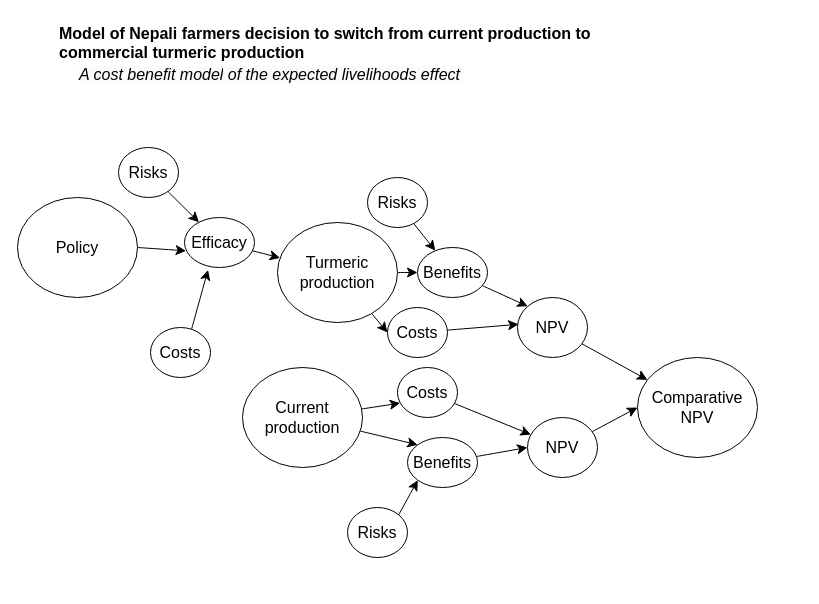
Earlier version of the draw.io diagram Untitled Diagram.drawio (AditiBista/nepal_turmeric). Source tidied: cells renumbered, new cells numbered last; positions are measured from the earlier drawing's top-left corner, leaving out a move shared by most shapes. Both pictures are drawn from the tidied source at 100%, with x=0, y=0 at pixel (17, 17).
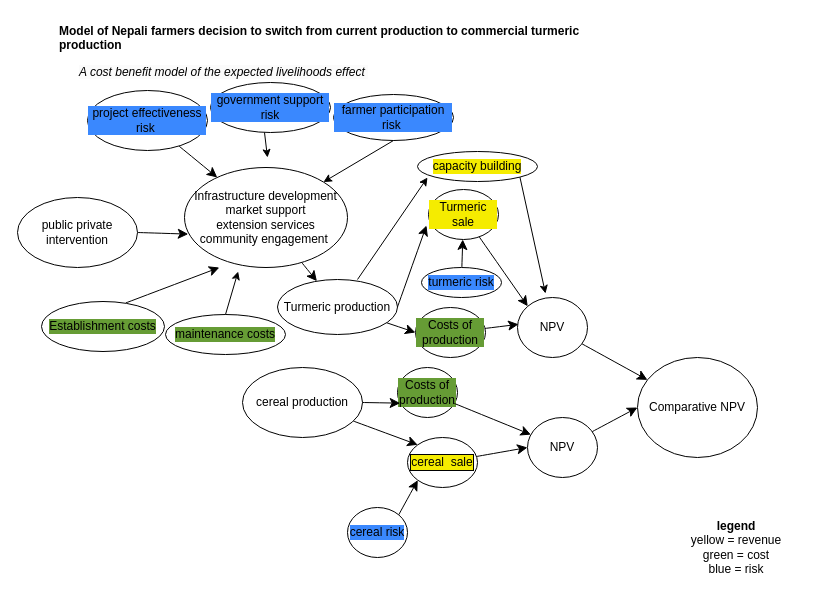
The same diagram, later.

The edit, as a diff of the source:
```diff
@@
-    <mxCell id="2" style="edgeStyle=none;curved=1;rounded=0;jettySize=auto;html=1;entryX=0;entryY=0;entryDx=0;entryDy=0;fontSize=12;startSize=8;endSize=8;" parent="1" edge="1" source="3" target="16">
+    <mxCell id="2" style="edgeStyle=none;curved=1;rounded=0;jettySize=auto;html=1;entryX=0;entryY=0;entryDx=0;entryDy=0;fontSize=12;startSize=8;endSize=8;strokeWidth=1;" parent="1" edge="1" source="3" target="16">
       <mxGeometry relative="1" as="geometry" />
     </mxCell>
-    <mxCell id="3" value="Current production" style="ellipse;whiteSpace=wrap;html=1;fontSize=16;" parent="1" vertex="1">
-      <mxGeometry x="225" y="350" width="120" height="100" as="geometry" />
+    <mxCell id="3" value="cereal production" style="ellipse;whiteSpace=wrap;html=1;fontSize=12;strokeWidth=1;" parent="1" vertex="1">
+      <mxGeometry x="225" y="350" width="120" height="70" as="geometry" />
     </mxCell>
-    <mxCell id="4" value="Model of Nepali farmers decision to switch from current production to commercial turmeric production" style="text;whiteSpace=wrap;fontSize=16;fontStyle=1;" parent="1" vertex="1">
+    <mxCell id="4" value="Model of Nepali farmers decision to switch from current production to commercial turmeric production" style="text;whiteSpace=wrap;fontSize=12;fontStyle=1;strokeWidth=1;" parent="1" vertex="1">
       <mxGeometry x="40" width="560" height="60" as="geometry" />
     </mxCell>
-    <mxCell id="5" value="&lt;span style=&quot;color: rgb(0, 0, 0); font-family: Helvetica; font-size: 16px; font-style: italic; font-variant-ligatures: normal; font-variant-caps: normal; letter-spacing: normal; orphans: 2; text-align: left; text-indent: 0px; text-transform: none; widows: 2; word-spacing: 0px; -webkit-text-stroke-width: 0px; background-color: rgb(251, 251, 251); text-decoration-thickness: initial; text-decoration-style: initial; text-decoration-color: initial; float: none; display: inline !important;&quot;&gt;A cost benefit model&lt;/span&gt;&lt;span style=&quot;color: rgb(0, 0, 0); font-family: Helvetica; font-size: 16px; font-style: italic; font-variant-ligatures: normal; font-variant-caps: normal; letter-spacing: normal; orphans: 2; text-align: left; text-indent: 0px; text-transform: none; widows: 2; word-spacing: 0px; -webkit-text-stroke-width: 0px; background-color: rgb(251, 251, 251); text-decoration-thickness: initial; text-decoration-style: initial; text-decoration-color: initial; float: none; display: inline !important;&quot;&gt;&amp;nbsp;of the expected livelihoods effect&amp;nbsp;&lt;/span&gt;" style="text;whiteSpace=wrap;html=1;fontSize=16;fontStyle=0;" parent="1" vertex="1">
+    <mxCell id="5" value="&lt;span style=&quot;color: rgb(0, 0, 0); font-family: Helvetica; font-size: 12px; font-style: italic; font-variant-ligatures: normal; font-variant-caps: normal; letter-spacing: normal; orphans: 2; text-align: left; text-indent: 0px; text-transform: none; widows: 2; word-spacing: 0px; -webkit-text-stroke-width: 0px; background-color: rgb(251, 251, 251); text-decoration-thickness: initial; float: none; display: inline !important;&quot;&gt;A cost benefit model&lt;/span&gt;&lt;span style=&quot;color: rgb(0, 0, 0); font-family: Helvetica; font-size: 12px; font-style: italic; font-variant-ligatures: normal; font-variant-caps: normal; letter-spacing: normal; orphans: 2; text-align: left; text-indent: 0px; text-transform: none; widows: 2; word-spacing: 0px; -webkit-text-stroke-width: 0px; background-color: rgb(251, 251, 251); text-decoration-thickness: initial; float: none; display: inline !important;&quot;&gt;&amp;nbsp;of the expected livelihoods effect&amp;nbsp;&lt;/span&gt;" style="text;whiteSpace=wrap;html=1;fontSize=12;fontStyle=0;strokeWidth=1;" parent="1" vertex="1">
       <mxGeometry x="60" y="41" width="450" height="40" as="geometry" />
     </mxCell>
-    <mxCell id="6" style="edgeStyle=none;curved=1;rounded=0;jettySize=auto;html=1;exitX=1;exitY=0.5;exitDx=0;exitDy=0;entryX=0;entryY=0.5;entryDx=0;entryDy=0;fontSize=12;startSize=8;endSize=8;" parent="1" edge="1" source="8" target="22">
+    <mxCell id="6" style="edgeStyle=none;curved=1;rounded=0;jettySize=auto;html=1;exitX=1;exitY=0.5;exitDx=0;exitDy=0;entryX=-0.029;entryY=0.72;entryDx=0;entryDy=0;fontSize=12;startSize=8;endSize=8;strokeWidth=1;entryPerimeter=0;" parent="1" edge="1" source="8" target="22">
       <mxGeometry relative="1" as="geometry" />
     </mxCell>
-    <mxCell id="7" style="edgeStyle=none;curved=1;rounded=0;jettySize=auto;html=1;entryX=0;entryY=0.5;entryDx=0;entryDy=0;fontSize=12;startSize=8;endSize=8;" parent="1" edge="1" source="8" target="18">
+    <mxCell id="7" style="edgeStyle=none;curved=1;rounded=0;jettySize=auto;html=1;entryX=0;entryY=0.5;entryDx=0;entryDy=0;fontSize=12;startSize=8;endSize=8;strokeWidth=1;" parent="1" edge="1" source="8" target="18">
       <mxGeometry relative="1" as="geometry" />
     </mxCell>
-    <mxCell id="8" value="Turmeric production" style="ellipse;whiteSpace=wrap;html=1;fontSize=16;" parent="1" vertex="1">
-      <mxGeometry x="260" y="205" width="120" height="100" as="geometry" />
+    <mxCell id="8" value="Turmeric production" style="ellipse;whiteSpace=wrap;html=1;fontSize=12;strokeWidth=1;" parent="1" vertex="1">
+      <mxGeometry x="260" y="262" width="120" height="55" as="geometry" />
     </mxCell>
-    <mxCell id="9" style="edgeStyle=none;curved=1;rounded=0;jettySize=auto;html=1;fontSize=12;startSize=8;endSize=8;" parent="1" edge="1" source="10" target="27">
+    <mxCell id="9" style="edgeStyle=none;curved=1;rounded=0;jettySize=auto;html=1;fontSize=12;startSize=8;endSize=8;strokeWidth=1;" parent="1" edge="1" source="10" target="27">
       <mxGeometry relative="1" as="geometry" />
     </mxCell>
-    <mxCell id="10" value="NPV" style="ellipse;whiteSpace=wrap;html=1;fontSize=16;" parent="1" vertex="1">
+    <mxCell id="10" value="NPV" style="ellipse;whiteSpace=wrap;html=1;fontSize=12;strokeWidth=1;" parent="1" vertex="1">
       <mxGeometry x="500" y="280" width="70" height="60" as="geometry" />
     </mxCell>
-    <mxCell id="11" value="Costs" style="ellipse;whiteSpace=wrap;html=1;fontSize=16;" parent="1" vertex="1">
+    <mxCell id="11" value="Costs of production" style="ellipse;whiteSpace=wrap;html=1;fontSize=12;strokeWidth=1;labelBackgroundColor=#669c35;" parent="1" vertex="1">
       <mxGeometry x="380" y="350" width="60" height="50" as="geometry" />
     </mxCell>
-    <mxCell id="12" style="edgeStyle=none;curved=1;rounded=0;jettySize=auto;html=1;exitX=1;exitY=0.5;exitDx=0;exitDy=0;fontSize=12;startSize=8;endSize=8;entryX=0.023;entryY=0.666;entryDx=0;entryDy=0;entryPerimeter=0;" parent="1" edge="1" source="13" target="35">
+    <mxCell id="12" style="edgeStyle=none;curved=1;rounded=0;jettySize=auto;html=1;exitX=1;exitY=0.5;exitDx=0;exitDy=0;fontSize=12;startSize=8;endSize=8;entryX=0.023;entryY=0.666;entryDx=0;entryDy=0;entryPerimeter=0;strokeWidth=1;" parent="1" edge="1" source="13" target="35">
       <mxGeometry relative="1" as="geometry" />
     </mxCell>
-    <mxCell id="13" value="Policy" style="ellipse;whiteSpace=wrap;html=1;fontSize=16;" parent="1" vertex="1">
-      <mxGeometry y="180" width="120" height="100" as="geometry" />
+    <mxCell id="13" value="public private intervention" style="ellipse;whiteSpace=wrap;html=1;fontSize=12;strokeWidth=1;" parent="1" vertex="1">
+      <mxGeometry y="180" width="120" height="70" as="geometry" />
     </mxCell>
-    <mxCell id="14" value="Risks" style="ellipse;whiteSpace=wrap;html=1;fontSize=16;" parent="1" vertex="1">
+    <mxCell id="14" value="cereal risk" style="ellipse;whiteSpace=wrap;html=1;fontSize=12;strokeWidth=1;labelBackgroundColor=#3a88fe;" parent="1" vertex="1">
       <mxGeometry x="330" y="490" width="60" height="50" as="geometry" />
     </mxCell>
-    <mxCell id="15" style="edgeStyle=none;curved=1;rounded=0;jettySize=auto;html=1;fontSize=12;startSize=8;endSize=8;entryX=0;entryY=0.5;entryDx=0;entryDy=0;" parent="1" edge="1" source="16" target="28">
+    <mxCell id="15" style="edgeStyle=none;curved=1;rounded=0;jettySize=auto;html=1;fontSize=12;startSize=8;endSize=8;entryX=0;entryY=0.5;entryDx=0;entryDy=0;strokeWidth=1;" parent="1" edge="1" source="16" target="28">
       <mxGeometry relative="1" as="geometry" />
     </mxCell>
-    <mxCell id="16" value="Benefits" style="ellipse;whiteSpace=wrap;html=1;fontSize=16;" parent="1" vertex="1">
+    <mxCell id="16" value="cereal &amp;nbsp;sale" style="ellipse;whiteSpace=wrap;html=1;fontSize=12;strokeWidth=1;labelBorderColor=default;labelBackgroundColor=#f5ec00;" parent="1" vertex="1">
       <mxGeometry x="390" y="420" width="70" height="50" as="geometry" />
     </mxCell>
-    <mxCell id="17" style="edgeStyle=none;curved=1;rounded=0;jettySize=auto;html=1;fontSize=12;startSize=8;endSize=8;entryX=0.015;entryY=0.447;entryDx=0;entryDy=0;entryPerimeter=0;" parent="1" edge="1" source="18" target="10">
+    <mxCell id="17" style="edgeStyle=none;curved=1;rounded=0;jettySize=auto;html=1;fontSize=12;startSize=8;endSize=8;entryX=0.015;entryY=0.447;entryDx=0;entryDy=0;entryPerimeter=0;strokeWidth=1;" parent="1" edge="1" source="18" target="10">
       <mxGeometry relative="1" as="geometry" />
     </mxCell>
-    <mxCell id="18" value="Costs" style="ellipse;whiteSpace=wrap;html=1;fontSize=16;" parent="1" vertex="1">
-      <mxGeometry x="370" y="290" width="60" height="50" as="geometry" />
+    <mxCell id="18" value="Costs of production" style="ellipse;whiteSpace=wrap;html=1;fontSize=12;strokeWidth=1;labelBackgroundColor=#669c35;" parent="1" vertex="1">
+      <mxGeometry x="398" y="290" width="70" height="50" as="geometry" />
     </mxCell>
-    <mxCell id="19" style="edgeStyle=none;curved=1;rounded=0;jettySize=auto;html=1;fontSize=12;startSize=8;endSize=8;" parent="1" edge="1" source="20" target="22">
+    <mxCell id="19" style="edgeStyle=none;curved=1;rounded=0;jettySize=auto;html=1;fontSize=12;startSize=8;endSize=8;strokeWidth=1;" parent="1" edge="1" source="20" target="22">
       <mxGeometry relative="1" as="geometry" />
     </mxCell>
-    <mxCell id="20" value="Risks" style="ellipse;whiteSpace=wrap;html=1;fontSize=16;" parent="1" vertex="1">
-      <mxGeometry x="350" y="160" width="60" height="50" as="geometry" />
+    <mxCell id="20" value="turmeric risk" style="ellipse;whiteSpace=wrap;html=1;fontSize=12;strokeWidth=1;labelBackgroundColor=#3a88fe;" parent="1" vertex="1">
+      <mxGeometry x="404" y="250" width="80" height="30" as="geometry" />
     </mxCell>
-    <mxCell id="21" style="edgeStyle=none;curved=1;rounded=0;jettySize=auto;html=1;entryX=0;entryY=0;entryDx=0;entryDy=0;fontSize=12;startSize=8;endSize=8;" parent="1" edge="1" source="22" target="10">
+    <mxCell id="21" style="edgeStyle=none;curved=1;rounded=0;jettySize=auto;html=1;entryX=0;entryY=0;entryDx=0;entryDy=0;fontSize=12;startSize=8;endSize=8;strokeWidth=1;" parent="1" edge="1" source="22" target="10">
       <mxGeometry relative="1" as="geometry" />
     </mxCell>
-    <mxCell id="22" value="Benefits" style="ellipse;whiteSpace=wrap;html=1;fontSize=16;" parent="1" vertex="1">
-      <mxGeometry x="400" y="230" width="70" height="50" as="geometry" />
+    <mxCell id="22" value="&lt;font style=&quot;font-size: 12px;&quot;&gt;Turmeric sale&lt;/font&gt;" style="ellipse;whiteSpace=wrap;html=1;fontSize=12;strokeWidth=1;labelBackgroundColor=#f5ec00;" parent="1" vertex="1">
+      <mxGeometry x="411" y="172" width="70" height="50" as="geometry" />
     </mxCell>
-    <mxCell id="23" style="endArrow=classic;html=1;rounded=0;fontSize=12;startSize=8;endSize=8;curved=1;exitX=1;exitY=0;exitDx=0;exitDy=0;entryX=0;entryY=1;entryDx=0;entryDy=0;" parent="1" edge="1" source="14" target="16">
+    <mxCell id="23" style="endArrow=classic;html=1;rounded=0;fontSize=12;startSize=8;endSize=8;curved=1;exitX=1;exitY=0;exitDx=0;exitDy=0;entryX=0;entryY=1;entryDx=0;entryDy=0;strokeWidth=1;" parent="1" edge="1" source="14" target="16">
       <mxGeometry relative="1" as="geometry" />
     </mxCell>
-    <mxCell id="24" style="edgeStyle=none;curved=1;rounded=0;orthogonalLoop=1;jettySize=auto;html=1;entryX=0;entryY=0.5;entryDx=0;entryDy=0;fontSize=12;startSize=8;endSize=8;" parent="1" edge="1" source="8" target="8">
+    <mxCell id="24" style="edgeStyle=none;curved=1;rounded=0;orthogonalLoop=1;jettySize=auto;html=1;entryX=0;entryY=0.5;entryDx=0;entryDy=0;fontSize=12;startSize=8;endSize=8;strokeWidth=1;" parent="1" edge="1" source="8" target="8">
       <mxGeometry relative="1" as="geometry" />
     </mxCell>
-    <mxCell id="25" style="edgeStyle=none;curved=1;rounded=0;jettySize=auto;html=1;entryX=0.045;entryY=0.713;entryDx=0;entryDy=0;entryPerimeter=0;fontSize=12;startSize=8;endSize=8;" parent="1" edge="1" source="3" target="11">
+    <mxCell id="25" style="edgeStyle=none;curved=1;rounded=0;jettySize=auto;html=1;entryX=0.045;entryY=0.713;entryDx=0;entryDy=0;entryPerimeter=0;fontSize=12;startSize=8;endSize=8;strokeWidth=1;" parent="1" edge="1" source="3" target="11">
       <mxGeometry relative="1" as="geometry" />
     </mxCell>
-    <mxCell id="26" style="edgeStyle=none;curved=1;rounded=0;jettySize=auto;html=1;fontSize=12;startSize=8;endSize=8;" parent="1" edge="1" source="11" target="28">
+    <mxCell id="26" style="edgeStyle=none;curved=1;rounded=0;jettySize=auto;html=1;fontSize=12;startSize=8;endSize=8;strokeWidth=1;" parent="1" edge="1" source="11" target="28">
       <mxGeometry relative="1" as="geometry" />
     </mxCell>
-    <mxCell id="27" value="Comparative NPV" style="ellipse;whiteSpace=wrap;html=1;fontSize=16;" parent="1" vertex="1">
+    <mxCell id="27" value="Comparative NPV" style="ellipse;whiteSpace=wrap;html=1;fontSize=12;strokeWidth=1;" parent="1" vertex="1">
       <mxGeometry x="620" y="340" width="120" height="100" as="geometry" />
     </mxCell>
-    <mxCell id="28" value="NPV" style="ellipse;whiteSpace=wrap;html=1;fontSize=16;" parent="1" vertex="1">
+    <mxCell id="28" value="NPV" style="ellipse;whiteSpace=wrap;html=1;fontSize=12;strokeWidth=1;" parent="1" vertex="1">
       <mxGeometry x="510" y="400" width="70" height="60" as="geometry" />
     </mxCell>
-    <mxCell id="29" style="edgeStyle=none;curved=1;rounded=0;jettySize=auto;html=1;entryX=0;entryY=0.5;entryDx=0;entryDy=0;fontSize=12;startSize=8;endSize=8;" parent="1" edge="1" source="28" target="27">
+    <mxCell id="29" style="edgeStyle=none;curved=1;rounded=0;jettySize=auto;html=1;entryX=0;entryY=0.5;entryDx=0;entryDy=0;fontSize=12;startSize=8;endSize=8;strokeWidth=1;" parent="1" edge="1" source="28" target="27">
       <mxGeometry relative="1" as="geometry" />
     </mxCell>
-    <mxCell id="30" style="edgeStyle=none;curved=1;rounded=0;jettySize=auto;html=1;fontSize=12;startSize=8;endSize=8;exitX=0.686;exitY=0.028;exitDx=0;exitDy=0;exitPerimeter=0;entryX=0.336;entryY=1.047;entryDx=0;entryDy=0;entryPerimeter=0;" parent="1" edge="1" source="31" target="35">
+    <mxCell id="30" style="edgeStyle=none;curved=1;rounded=0;jettySize=auto;html=1;fontSize=12;startSize=8;endSize=8;exitX=0.686;exitY=0.028;exitDx=0;exitDy=0;exitPerimeter=0;entryX=0.214;entryY=1;entryDx=0;entryDy=0;entryPerimeter=0;strokeWidth=1;" parent="1" edge="1" source="31" target="35">
       <mxGeometry relative="1" as="geometry" />
     </mxCell>
-    <mxCell id="31" value="Costs" style="ellipse;whiteSpace=wrap;html=1;fontSize=16;" parent="1" vertex="1">
-      <mxGeometry x="133" y="310" width="60" height="50" as="geometry" />
+    <mxCell id="31" value="Establishment costs" style="ellipse;whiteSpace=wrap;html=1;fontSize=12;strokeWidth=1;labelBackgroundColor=#669c35;" parent="1" vertex="1">
+      <mxGeometry x="24" y="284" width="123" height="50" as="geometry" />
     </mxCell>
-    <mxCell id="32" style="edgeStyle=none;curved=1;rounded=0;jettySize=auto;html=1;fontSize=12;startSize=8;endSize=8;" parent="1" edge="1" source="33" target="35">
+    <mxCell id="32" style="edgeStyle=none;curved=1;rounded=0;jettySize=auto;html=1;fontSize=12;startSize=8;endSize=8;strokeWidth=1;" parent="1" edge="1" source="33" target="35">
       <mxGeometry relative="1" as="geometry" />
     </mxCell>
-    <mxCell id="33" value="Risks" style="ellipse;whiteSpace=wrap;html=1;fontSize=16;" parent="1" vertex="1">
-      <mxGeometry x="101" y="130" width="60" height="50" as="geometry" />
+    <mxCell id="33" value="&lt;font style=&quot;font-size: 12px;&quot;&gt;project effectiveness risk&amp;nbsp;&lt;/font&gt;" style="ellipse;whiteSpace=wrap;html=1;fontSize=12;strokeWidth=1;labelBackgroundColor=#3a88fe;" parent="1" vertex="1">
+      <mxGeometry x="70" y="73" width="120" height="60" as="geometry" />
     </mxCell>
-    <mxCell id="34" style="edgeStyle=none;curved=1;rounded=0;jettySize=auto;html=1;fontSize=12;startSize=8;endSize=8;" parent="1" edge="1" source="35" target="8">
+    <mxCell id="34" style="edgeStyle=none;curved=1;rounded=0;jettySize=auto;html=1;fontSize=12;startSize=8;endSize=8;strokeWidth=1;" parent="1" edge="1" source="35" target="8">
       <mxGeometry relative="1" as="geometry" />
     </mxCell>
-    <mxCell id="35" value="Efficacy" style="ellipse;whiteSpace=wrap;html=1;fontSize=16;" parent="1" vertex="1">
-      <mxGeometry x="167" y="200" width="70" height="50" as="geometry" />
+    <mxCell id="35" value="Infrastructure development&lt;br&gt;market support&lt;br&gt;extension services&lt;br&gt;community engagement&amp;nbsp;" style="ellipse;whiteSpace=wrap;html=1;fontSize=12;strokeWidth=1;" parent="1" vertex="1">
+      <mxGeometry x="167" y="150" width="163" height="100" as="geometry" />
     </mxCell>
+    <mxCell id="36" value="government support risk" style="ellipse;whiteSpace=wrap;html=1;strokeWidth=1;fontSize=12;labelBackgroundColor=#3a88fe;" parent="1" vertex="1">
+      <mxGeometry x="193" y="65" width="120" height="50" as="geometry" />
+    </mxCell>
+    <mxCell id="37" value="farmer participation risk&amp;nbsp;" style="ellipse;whiteSpace=wrap;html=1;strokeWidth=1;fontSize=12;labelBackgroundColor=#3a88fe;" parent="1" vertex="1">
+      <mxGeometry x="316" y="77" width="120" height="46" as="geometry" />
+    </mxCell>
+    <mxCell id="38" style="endArrow=classic;html=1;rounded=0;exitX=0.5;exitY=1;exitDx=0;exitDy=0;strokeWidth=1;fontSize=12;entryX=1;entryY=0;entryDx=0;entryDy=0;" parent="1" edge="1" source="37" target="35">
+      <mxGeometry relative="1" as="geometry" />
+    </mxCell>
+    <mxCell id="39" style="endArrow=classic;html=1;rounded=0;exitX=0.45;exitY=1;exitDx=0;exitDy=0;exitPerimeter=0;strokeWidth=1;fontSize=12;" parent="1" edge="1" source="36">
+      <mxGeometry relative="1" as="geometry">
+        <mxPoint x="250" y="140" as="targetPoint" />
+      </mxGeometry>
+    </mxCell>
+    <mxCell id="40" value="maintenance costs" style="ellipse;whiteSpace=wrap;html=1;strokeWidth=1;fontSize=12;labelBackgroundColor=#669c35;" parent="1" vertex="1">
+      <mxGeometry x="148" y="297" width="120" height="40" as="geometry" />
+    </mxCell>
+    <mxCell id="41" style="endArrow=classic;html=1;rounded=0;entryX=0.329;entryY=1.04;entryDx=0;entryDy=0;exitX=0.5;exitY=0;exitDx=0;exitDy=0;entryPerimeter=0;strokeWidth=1;fontSize=12;" parent="1" edge="1" source="40" target="35">
+      <mxGeometry relative="1" as="geometry" />
+    </mxCell>
+    <mxCell id="42" value="&lt;b&gt;legend&lt;/b&gt;&lt;br&gt;yellow = revenue&lt;br&gt;green = cost&lt;br&gt;blue = risk" style="text;html=1;strokeColor=none;fillColor=none;align=center;verticalAlign=middle;whiteSpace=wrap;rounded=0;" parent="1" vertex="1">
+      <mxGeometry x="654" y="490" width="130" height="80" as="geometry" />
+    </mxCell>
+    <mxCell id="43" style="endArrow=classic;html=1;rounded=0;" parent="1" edge="1">
+      <mxGeometry relative="1" as="geometry">
+        <mxPoint x="340" y="262" as="sourcePoint" />
+        <mxPoint x="410" y="160" as="targetPoint" />
+      </mxGeometry>
+    </mxCell>
+    <mxCell id="44" value="capacity building" style="ellipse;whiteSpace=wrap;html=1;labelBackgroundColor=#f5ec00;" parent="1" vertex="1">
+      <mxGeometry x="400" y="134" width="120" height="30" as="geometry" />
+    </mxCell>
+    <mxCell id="45" style="endArrow=classic;html=1;rounded=0;exitX=1;exitY=1;exitDx=0;exitDy=0;entryX=0.4;entryY=-0.067;entryDx=0;entryDy=0;entryPerimeter=0;" parent="1" edge="1" source="44" target="10">
+      <mxGeometry relative="1" as="geometry" />
+    </mxCell>
```
